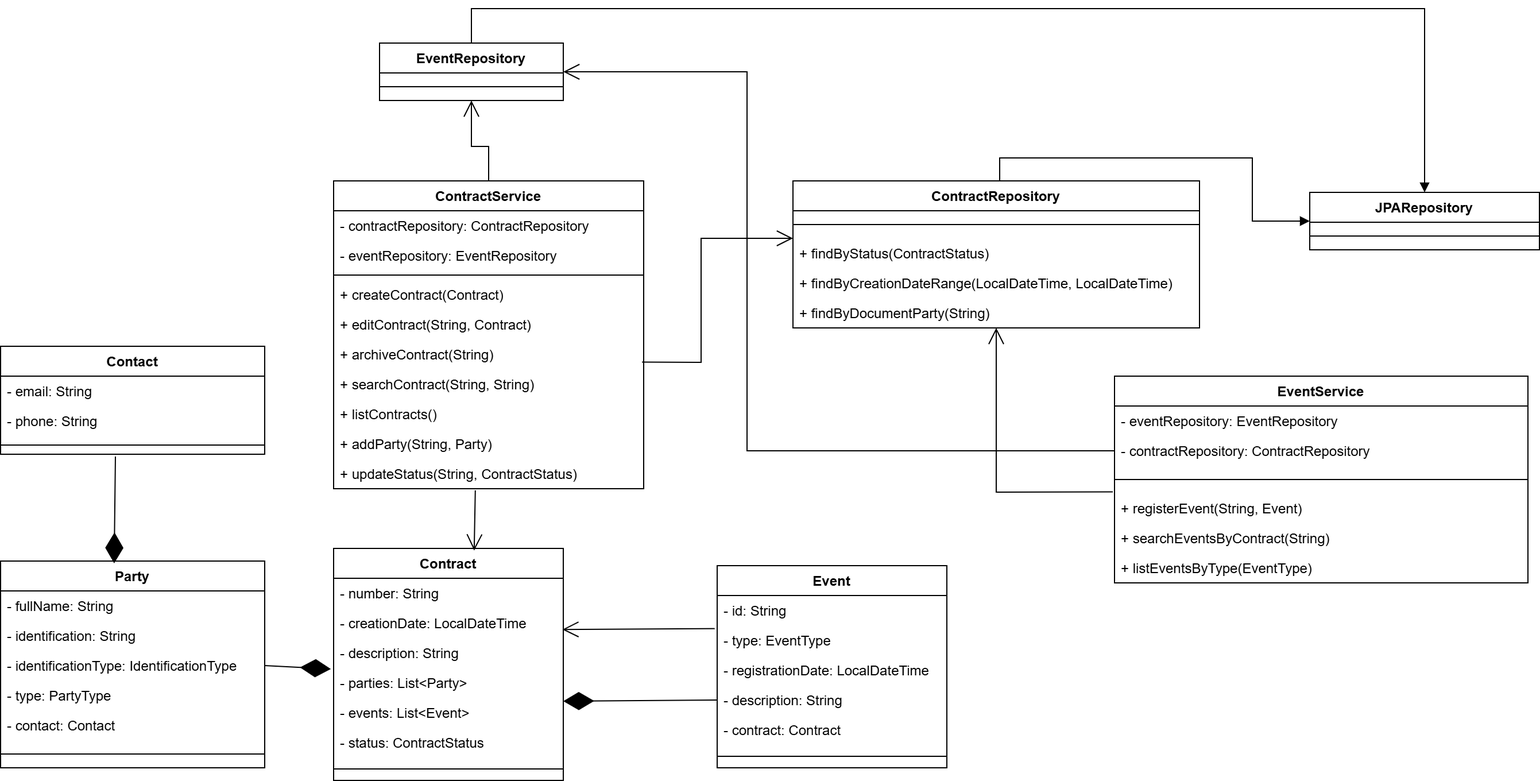
juliocloud/gerenciamento-contratos keeps this draw.io diagram as src/main/resources/docs/png_docs/classes.png. Above is the earlier version. Source tidied: cells renumbered, new cells last; positions are measured from the earlier drawing's top-left corner, leaving out a move shared by most shapes.
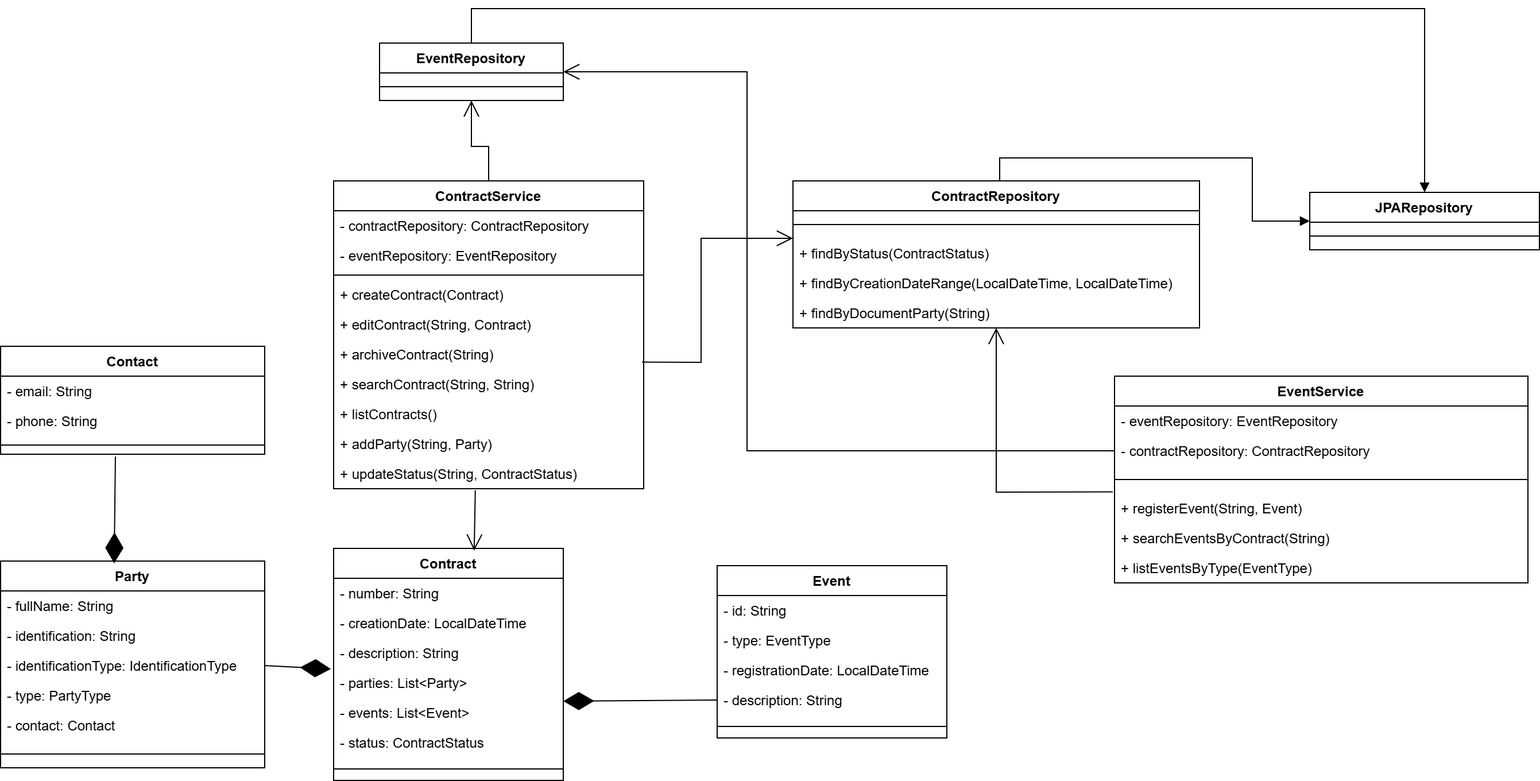
Above is the later version.

Commit message:
docs: modifying class diagram

Change to the diagram source:
```diff
@@ -137,7 +137,7 @@
       </mxGeometry>
     </mxCell>
     <mxCell id="42" value="Event" style="swimlane;fontStyle=1;align=center;verticalAlign=top;horizontal=1;startSize=26;whiteSpace=wrap;html=1;" parent="1" vertex="1">
-      <mxGeometry x="624" y="485" width="200" height="176" as="geometry" />
+      <mxGeometry x="624" y="485" width="200" height="150" as="geometry" />
     </mxCell>
     <mxCell id="43" value="- id: String" style="text;strokeColor=none;fillColor=none;align=left;verticalAlign=top;spacingLeft=4;spacingRight=4;overflow=hidden;whiteSpace=wrap;html=1;" parent="42" vertex="1">
       <mxGeometry y="26" width="200" height="26" as="geometry" />
@@ -151,15 +151,9 @@
     <mxCell id="46" value="- description: String" style="text;strokeColor=none;fillColor=none;align=left;verticalAlign=top;spacingLeft=4;spacingRight=4;overflow=hidden;points=[[0,0.5],[1,0.5]];portConstraint=eastwest;whiteSpace=wrap;html=1;" parent="42" vertex="1">
       <mxGeometry y="104" width="200" height="26" as="geometry" />
     </mxCell>
-    <mxCell id="47" value="- contract: Contract" style="text;strokeColor=none;fillColor=none;align=left;verticalAlign=top;spacingLeft=4;spacingRight=4;overflow=hidden;whiteSpace=wrap;html=1;" parent="42" vertex="1">
-      <mxGeometry y="130" width="200" height="26" as="geometry" />
-    </mxCell>
     <mxCell id="48" style="line;strokeWidth=1;fillColor=none;align=left;verticalAlign=middle;spacingTop=-1;spacingLeft=3;spacingRight=3;labelPosition=right;strokeColor=inherit;" parent="42" vertex="1">
-      <mxGeometry y="156" width="200" height="20" as="geometry" />
+      <mxGeometry y="130" width="200" height="20" as="geometry" />
     </mxCell>
-    <mxCell id="49" style="endArrow=open;endFill=1;endSize=12;html=1;rounded=0;exitX=-0.011;exitY=0.108;exitDx=0;exitDy=0;entryX=0.996;entryY=0.715;entryDx=0;entryDy=0;exitPerimeter=0;entryPerimeter=0;" parent="1" edge="1" source="44" target="4">
-      <mxGeometry relative="1" as="geometry" />
-    </mxCell>
     <mxCell id="50" style="endArrow=diamondThin;endFill=1;endSize=24;html=1;rounded=0;entryX=1;entryY=1.115;entryDx=0;entryDy=0;exitX=0;exitY=0.5;exitDx=0;exitDy=0;entryPerimeter=0;" parent="1" edge="1" source="46" target="6">
       <mxGeometry relative="1" as="geometry" />
     </mxCell>
```
